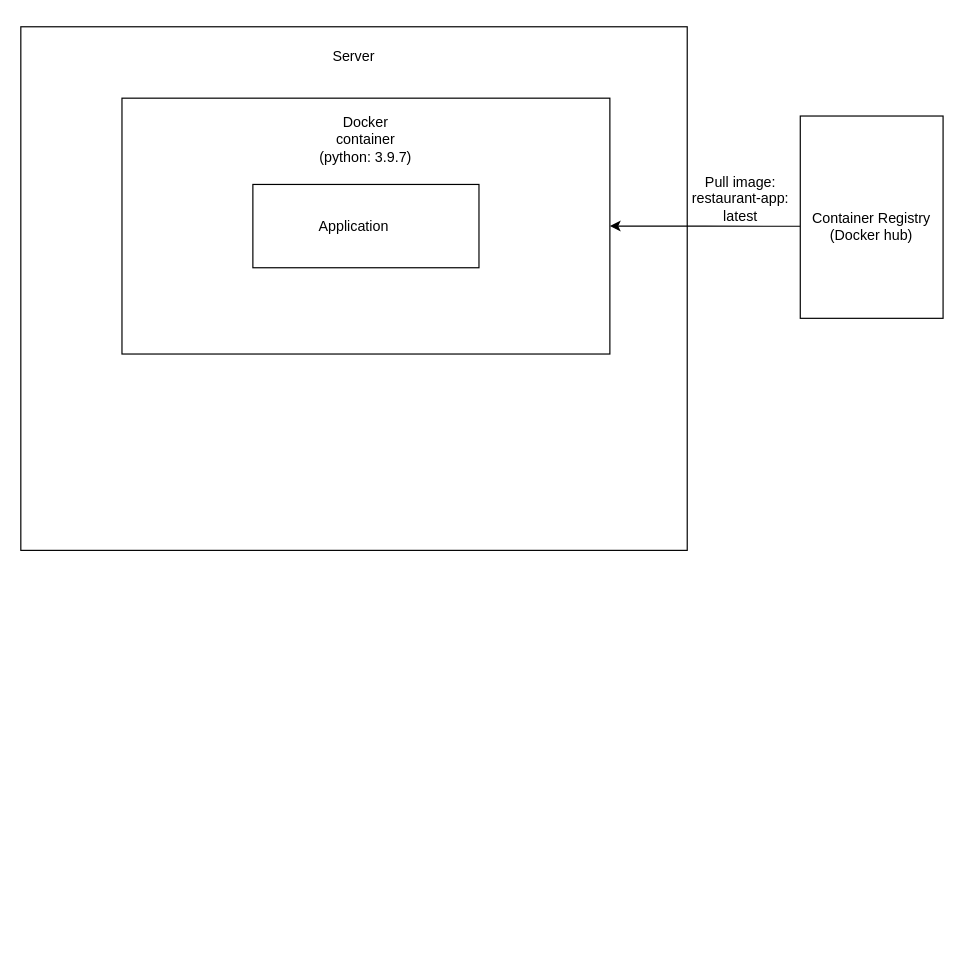
Earlier version of the draw.io diagram Untitled Diagram.drawio (ckling99/GDS-4.0CC). Source tidied: cells renumbered, new cells numbered last; positions are measured from the earlier drawing's top-left corner, leaving out a move shared by most shapes. Both pictures are drawn from the tidied source at 119%, with x=0, y=0 at pixel (20, 26).
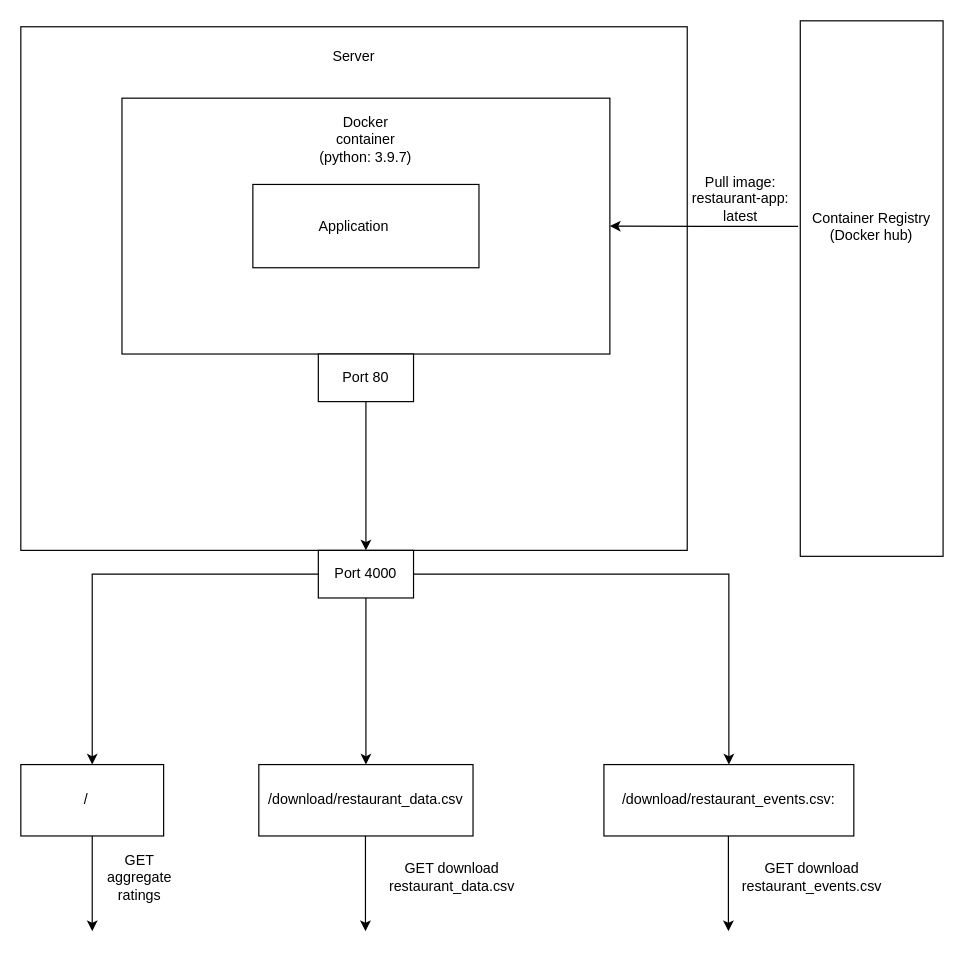
After the change.

Unchanged cells that the change refers to:
```xml
<mxCell id="5" style="rounded=0;whiteSpace=wrap;html=1;" parent="1" vertex="1">
  <mxGeometry x="85" y="60" width="410" height="215" as="geometry" />
</mxCell>
```

The edit, as a diff of the source:
```diff
@@
     <mxCell id="2" style="rounded=0;whiteSpace=wrap;html=1;rotation=-90;" parent="1" vertex="1">
-      <mxGeometry x="630" y="100" width="170" height="120" as="geometry" />
+      <mxGeometry x="490" y="160" width="450" height="120" as="geometry" />
     </mxCell>
@@
-    <mxCell id="7" style="edgeStyle=orthogonalEdgeStyle;rounded=0;jettySize=auto;html=1;exitX=0.455;exitY=-0.002;exitDx=0;exitDy=0;exitPerimeter=0;" parent="1" edge="1" source="2" target="5">
+    <mxCell id="7" style="edgeStyle=orthogonalEdgeStyle;rounded=0;jettySize=auto;html=1;exitX=0.616;exitY=-0.015;exitDx=0;exitDy=0;exitPerimeter=0;" parent="1" edge="1" source="2" target="5">
       <mxGeometry relative="1" as="geometry" />
     </mxCell>
@@
+    <mxCell id="12" style="rounded=0;whiteSpace=wrap;html=1;" parent="1" vertex="1">
+      <mxGeometry x="250" y="275" width="80" height="40" as="geometry" />
+    </mxCell>
+    <mxCell id="13" value="Port 80" style="text;html=1;strokeColor=none;fillColor=none;align=center;verticalAlign=middle;whiteSpace=wrap;rounded=0;" parent="1" vertex="1">
+      <mxGeometry x="260" y="280" width="60" height="30" as="geometry" />
+    </mxCell>
+    <mxCell id="14" style="group;" parent="1" vertex="1">
+      <mxGeometry x="250" y="440" width="80" height="40" as="geometry" />
+    </mxCell>
+    <mxCell id="15" style="rounded=0;whiteSpace=wrap;html=1;" parent="14" vertex="1">
+      <mxGeometry width="80" height="40" as="geometry" />
+    </mxCell>
+    <mxCell id="16" value="Port 4000&lt;br&gt;" style="text;html=1;strokeColor=none;fillColor=none;align=center;verticalAlign=middle;whiteSpace=wrap;rounded=0;" parent="14" vertex="1">
+      <mxGeometry x="10" y="5" width="60" height="30" as="geometry" />
+    </mxCell>
+    <mxCell id="17" style="endArrow=classic;html=1;rounded=0;exitX=0.5;exitY=1;exitDx=0;exitDy=0;" parent="1" edge="1" source="12">
+      <mxGeometry relative="1" as="geometry">
+        <mxPoint x="290" y="440" as="targetPoint" />
+      </mxGeometry>
+    </mxCell>
+    <mxCell id="18" style="rounded=0;whiteSpace=wrap;html=1;" parent="1" vertex="1">
+      <mxGeometry y="620" width="120" height="60" as="geometry" />
+    </mxCell>
+    <mxCell id="19" value="/" style="text;html=1;strokeColor=none;fillColor=none;align=center;verticalAlign=middle;whiteSpace=wrap;rounded=0;" parent="1" vertex="1">
+      <mxGeometry x="25" y="635" width="60" height="30" as="geometry" />
+    </mxCell>
+    <mxCell id="20" style="group;" parent="1" vertex="1">
+      <mxGeometry x="200" y="620" width="180" height="60" as="geometry" />
+    </mxCell>
+    <mxCell id="21" style="rounded=0;whiteSpace=wrap;html=1;" parent="20" vertex="1">
+      <mxGeometry width="180" height="60" as="geometry" />
+    </mxCell>
+    <mxCell id="22" value="/download/restaurant_data.csv" style="text;html=1;strokeColor=none;fillColor=none;align=center;verticalAlign=middle;whiteSpace=wrap;rounded=0;" parent="20" vertex="1">
+      <mxGeometry x="60" y="15" width="60" height="30" as="geometry" />
+    </mxCell>
+    <mxCell id="23" style="group;" parent="1" vertex="1">
+      <mxGeometry x="490" y="620" width="210" height="60" as="geometry" />
+    </mxCell>
+    <mxCell id="24" style="rounded=0;whiteSpace=wrap;html=1;" parent="23" vertex="1">
+      <mxGeometry width="210" height="60" as="geometry" />
+    </mxCell>
+    <mxCell id="25" value="/download/restaurant_events.csv:" style="text;html=1;strokeColor=none;fillColor=none;align=center;verticalAlign=middle;whiteSpace=wrap;rounded=0;" parent="23" vertex="1">
+      <mxGeometry x="75" y="15" width="60" height="30" as="geometry" />
+    </mxCell>
+    <mxCell id="26" style="endArrow=classic;html=1;rounded=0;entryX=0.5;entryY=0;entryDx=0;entryDy=0;exitX=0;exitY=0.5;exitDx=0;exitDy=0;" parent="1" edge="1" source="15" target="18">
+      <mxGeometry relative="1" as="geometry">
+        <Array as="points">
+          <mxPoint x="60" y="460" />
+        </Array>
+      </mxGeometry>
+    </mxCell>
+    <mxCell id="27" style="endArrow=classic;html=1;rounded=0;entryX=0.5;entryY=0;entryDx=0;entryDy=0;" parent="1" edge="1" target="21">
+      <mxGeometry relative="1" as="geometry">
+        <mxPoint x="290" y="480" as="sourcePoint" />
+      </mxGeometry>
+    </mxCell>
+    <mxCell id="28" style="endArrow=classic;html=1;rounded=0;exitX=1;exitY=0.5;exitDx=0;exitDy=0;entryX=0.5;entryY=0;entryDx=0;entryDy=0;" parent="1" edge="1" source="15" target="24">
+      <mxGeometry relative="1" as="geometry">
+        <Array as="points">
+          <mxPoint x="595" y="460" />
+        </Array>
+      </mxGeometry>
+    </mxCell>
+    <mxCell id="29" value="GET aggregate ratings" style="text;html=1;strokeColor=none;fillColor=none;align=center;verticalAlign=middle;whiteSpace=wrap;rounded=0;" parent="1" vertex="1">
+      <mxGeometry x="70" y="700" width="60" height="30" as="geometry" />
+    </mxCell>
+    <mxCell id="30" value="GET download restaurant_data.csv" style="text;html=1;strokeColor=none;fillColor=none;align=center;verticalAlign=middle;whiteSpace=wrap;rounded=0;" parent="1" vertex="1">
+      <mxGeometry x="320" y="690" width="85" height="50" as="geometry" />
+    </mxCell>
+    <mxCell id="31" value="GET download restaurant_events.csv" style="text;html=1;strokeColor=none;fillColor=none;align=center;verticalAlign=middle;whiteSpace=wrap;rounded=0;" parent="1" vertex="1">
+      <mxGeometry x="630" y="695" width="70" height="40" as="geometry" />
+    </mxCell>
+    <mxCell id="32" style="endArrow=classic;html=1;rounded=0;exitX=0.5;exitY=1;exitDx=0;exitDy=0;" parent="1" edge="1" source="18">
+      <mxGeometry relative="1" as="geometry">
+        <mxPoint x="60" y="760" as="targetPoint" />
+      </mxGeometry>
+    </mxCell>
+    <mxCell id="33" style="endArrow=classic;html=1;rounded=0;exitX=0.5;exitY=1;exitDx=0;exitDy=0;" parent="1" edge="1">
+      <mxGeometry relative="1" as="geometry">
+        <mxPoint x="289.6" y="680" as="sourcePoint" />
+        <mxPoint x="289.6" y="760" as="targetPoint" />
+      </mxGeometry>
+    </mxCell>
+    <mxCell id="34" style="endArrow=classic;html=1;rounded=0;exitX=0.5;exitY=1;exitDx=0;exitDy=0;" parent="1" edge="1">
+      <mxGeometry relative="1" as="geometry">
+        <mxPoint x="594.6" y="680" as="sourcePoint" />
+        <mxPoint x="594.6" y="760" as="targetPoint" />
+      </mxGeometry>
+    </mxCell>
```
